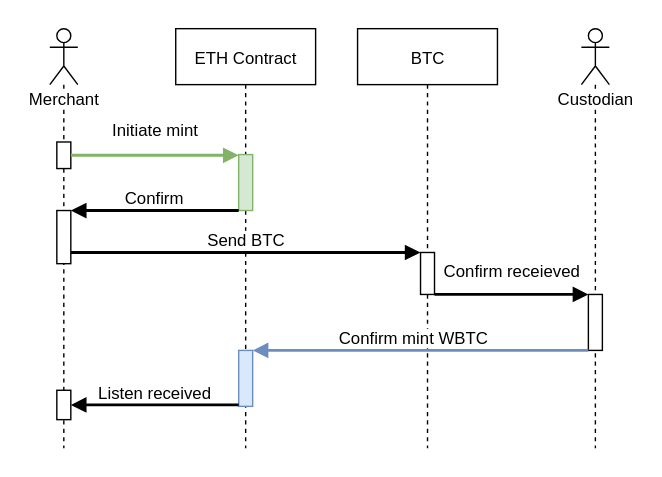
Before: res/wbtc-mint-flow.svg, a diagram exported from draw.io (SegueII/wbtc-share). Source tidied: cells renumbered, new cells last; positions are measured from the earlier drawing's top-left corner, leaving out a move shared by most shapes. The source it was exported from:
```xml
<mxGraphModel background="#ffffff">
  <root>
    <mxCell id="0" />
    <mxCell id="1" parent="0" />
    <mxCell id="2" value="ETH Contract" style="html=1;perimeter=orthogonalPerimeter;shape=umlLifeline;participant=label;fontFamily=Helvetica;fontSize=12;fontColor=#000000;align=center;strokeColor=#000000;strokeWidth=1;fillColor=#ffffff;" parent="1" vertex="1">
      <mxGeometry x="90" width="100" height="300" as="geometry" />
    </mxCell>
    <mxCell id="3" style="html=1;points=[];perimeter=orthogonalPerimeter;strokeWidth=1;fillColor=#d5e8d4;fontSize=12;strokeColor=#82b366;" parent="2" vertex="1">
      <mxGeometry x="45" y="90" width="10" height="40" as="geometry" />
    </mxCell>
    <mxCell id="4" style="html=1;points=[];perimeter=orthogonalPerimeter;strokeWidth=1;fillColor=#dae8fc;fontSize=12;strokeColor=#6c8ebf;" parent="2" vertex="1">
      <mxGeometry x="45" y="230" width="10" height="40" as="geometry" />
    </mxCell>
    <mxCell id="5" value="Merchant" style="shape=umlLifeline;participant=umlActor;perimeter=lifelinePerimeter;whiteSpace=wrap;html=1;verticalAlign=top;spacingTop=36;labelBackgroundColor=#ffffff;strokeWidth=1;fontSize=12;" parent="1" vertex="1">
      <mxGeometry width="20" height="300" as="geometry" />
    </mxCell>
    <mxCell id="6" style="html=1;points=[];perimeter=orthogonalPerimeter;strokeWidth=1;fillColor=#ffffff;fontSize=12;" parent="5" vertex="1">
      <mxGeometry x="5" y="81" width="10" height="19" as="geometry" />
    </mxCell>
    <mxCell id="7" style="html=1;points=[];perimeter=orthogonalPerimeter;strokeWidth=1;fillColor=#ffffff;fontSize=12;" parent="5" vertex="1">
      <mxGeometry x="5" y="130" width="10" height="38" as="geometry" />
    </mxCell>
    <mxCell id="8" style="html=1;perimeter=orthogonalPerimeter;strokeWidth=1;fillColor=#ffffff;fontSize=12;" parent="5" vertex="1">
      <mxGeometry x="5" y="258.5" width="10" height="21" as="geometry" />
    </mxCell>
    <mxCell id="9" value="Custodian" style="shape=umlLifeline;participant=umlActor;perimeter=lifelinePerimeter;whiteSpace=wrap;html=1;verticalAlign=top;spacingTop=36;labelBackgroundColor=#ffffff;strokeWidth=1;fontSize=12;" parent="1" vertex="1">
      <mxGeometry x="380" width="20" height="300" as="geometry" />
    </mxCell>
    <mxCell id="10" style="html=1;points=[];perimeter=orthogonalPerimeter;strokeWidth=1;fillColor=#ffffff;fontSize=12;" parent="9" vertex="1">
      <mxGeometry x="5" y="190" width="10" height="40" as="geometry" />
    </mxCell>
    <mxCell id="11" value="Initiate mint" style="html=1;verticalAlign=bottom;endArrow=block;fontSize=12;fillColor=#d5e8d4;strokeColor=#82b366;strokeWidth=2;" parent="1" edge="1" source="6" target="3">
      <mxGeometry y="11" relative="1" as="geometry">
        <mxPoint y="1" as="offset" />
      </mxGeometry>
    </mxCell>
    <mxCell id="12" value="Confirm receieved" style="html=1;verticalAlign=bottom;endArrow=block;fontSize=12;strokeWidth=2;" parent="1" edge="1" source="14" target="10">
      <mxGeometry y="8" relative="1" as="geometry" />
    </mxCell>
    <mxCell id="13" value="BTC" style="shape=umlLifeline;perimeter=lifelinePerimeter;whiteSpace=wrap;html=1;strokeWidth=1;fillColor=none;fontSize=12;" parent="1" vertex="1">
      <mxGeometry x="220" width="100" height="300" as="geometry" />
    </mxCell>
    <mxCell id="14" style="html=1;points=[];perimeter=orthogonalPerimeter;strokeWidth=1;fillColor=#ffffff;fontSize=12;" parent="13" vertex="1">
      <mxGeometry x="45" y="160" width="10" height="30" as="geometry" />
    </mxCell>
    <mxCell id="15" value="Send BTC" style="html=1;verticalAlign=bottom;endArrow=block;fontSize=12;strokeWidth=2;" parent="1" edge="1" source="7" target="14">
      <mxGeometry relative="1" as="geometry" />
    </mxCell>
    <mxCell id="16" value="Confirm mint WBTC" style="html=1;verticalAlign=bottom;endArrow=block;fontSize=12;fillColor=#dae8fc;strokeColor=#6c8ebf;strokeWidth=2;" parent="1" edge="1" source="10" target="4">
      <mxGeometry x="0.46" y="-50" relative="1" as="geometry">
        <Array as="points">
          <mxPoint x="210" y="230" />
        </Array>
        <mxPoint x="50" y="50" as="offset" />
      </mxGeometry>
    </mxCell>
    <mxCell id="17" value="Listen received" style="html=1;verticalAlign=bottom;endArrow=block;fontSize=12;strokeWidth=2;" parent="1" edge="1">
      <mxGeometry relative="1" as="geometry">
        <mxPoint x="135" y="269" as="sourcePoint" />
        <mxPoint x="15" y="269" as="targetPoint" />
      </mxGeometry>
    </mxCell>
    <mxCell id="18" value="Confirm" style="html=1;verticalAlign=bottom;endArrow=block;fontSize=12;strokeWidth=2;" parent="1" edge="1" source="3" target="7">
      <mxGeometry relative="1" as="geometry" />
    </mxCell>
  </root>
</mxGraphModel>
```
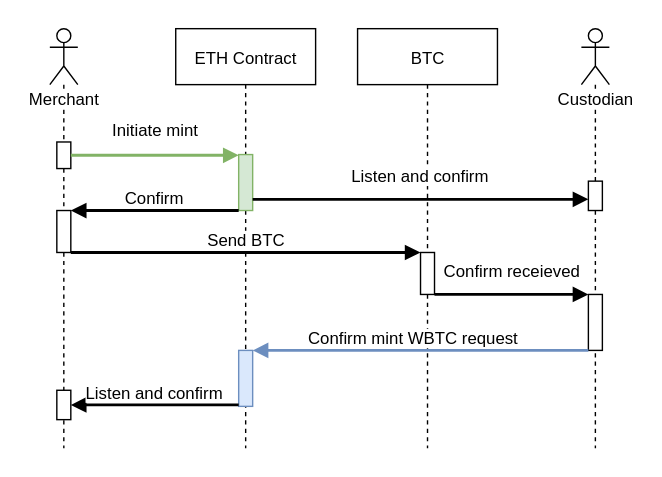
Later version of the same file.

What changed in the source:
```diff
@@ -18,7 +18,7 @@
       <mxGeometry x="5" y="81" width="10" height="19" as="geometry" />
     </mxCell>
     <mxCell id="7" style="html=1;points=[];perimeter=orthogonalPerimeter;strokeWidth=1;fillColor=#ffffff;fontSize=12;" parent="5" vertex="1">
-      <mxGeometry x="5" y="130" width="10" height="38" as="geometry" />
+      <mxGeometry x="5" y="130" width="10" height="30" as="geometry" />
     </mxCell>
     <mxCell id="8" style="html=1;perimeter=orthogonalPerimeter;strokeWidth=1;fillColor=#ffffff;fontSize=12;" parent="5" vertex="1">
       <mxGeometry x="5" y="258.5" width="10" height="21" as="geometry" />
@@ -29,6 +29,9 @@
     <mxCell id="10" style="html=1;points=[];perimeter=orthogonalPerimeter;strokeWidth=1;fillColor=#ffffff;fontSize=12;" parent="9" vertex="1">
       <mxGeometry x="5" y="190" width="10" height="40" as="geometry" />
     </mxCell>
+    <mxCell id="19" style="html=1;points=[];perimeter=orthogonalPerimeter;strokeWidth=1;fillColor=#ffffff;fontSize=12;" parent="9" vertex="1">
+      <mxGeometry x="5" y="109" width="10" height="21" as="geometry" />
+    </mxCell>
     <mxCell id="11" value="Initiate mint" style="html=1;verticalAlign=bottom;endArrow=block;fontSize=12;fillColor=#d5e8d4;strokeColor=#82b366;strokeWidth=2;" parent="1" edge="1" source="6" target="3">
       <mxGeometry y="11" relative="1" as="geometry">
         <mxPoint y="1" as="offset" />
@@ -46,7 +49,7 @@
     <mxCell id="15" value="Send BTC" style="html=1;verticalAlign=bottom;endArrow=block;fontSize=12;strokeWidth=2;" parent="1" edge="1" source="7" target="14">
       <mxGeometry relative="1" as="geometry" />
     </mxCell>
-    <mxCell id="16" value="Confirm mint WBTC" style="html=1;verticalAlign=bottom;endArrow=block;fontSize=12;fillColor=#dae8fc;strokeColor=#6c8ebf;strokeWidth=2;" parent="1" edge="1" source="10" target="4">
+    <mxCell id="16" value="Confirm mint WBTC request" style="html=1;verticalAlign=bottom;endArrow=block;fontSize=12;fillColor=#dae8fc;strokeColor=#6c8ebf;strokeWidth=2;" parent="1" edge="1" source="10" target="4">
       <mxGeometry x="0.46" y="-50" relative="1" as="geometry">
         <Array as="points">
           <mxPoint x="210" y="230" />
@@ -54,7 +57,7 @@
         <mxPoint x="50" y="50" as="offset" />
       </mxGeometry>
     </mxCell>
-    <mxCell id="17" value="Listen received" style="html=1;verticalAlign=bottom;endArrow=block;fontSize=12;strokeWidth=2;" parent="1" edge="1">
+    <mxCell id="17" value="Listen and confirm" style="html=1;verticalAlign=bottom;endArrow=block;fontSize=12;strokeWidth=2;" parent="1" edge="1">
       <mxGeometry relative="1" as="geometry">
         <mxPoint x="135" y="269" as="sourcePoint" />
         <mxPoint x="15" y="269" as="targetPoint" />
@@ -63,5 +66,12 @@
     <mxCell id="18" value="Confirm" style="html=1;verticalAlign=bottom;endArrow=block;fontSize=12;strokeWidth=2;" parent="1" edge="1" source="3" target="7">
       <mxGeometry relative="1" as="geometry" />
     </mxCell>
+    <mxCell id="20" value="Listen and confirm" style="html=1;verticalAlign=bottom;endArrow=block;fontSize=12;strokeWidth=2;" parent="1" edge="1" source="3" target="19">
+      <mxGeometry y="8" relative="1" as="geometry">
+        <Array as="points">
+          <mxPoint x="300" y="122" />
+        </Array>
+      </mxGeometry>
+    </mxCell>
   </root>
 </mxGraphModel>
```
